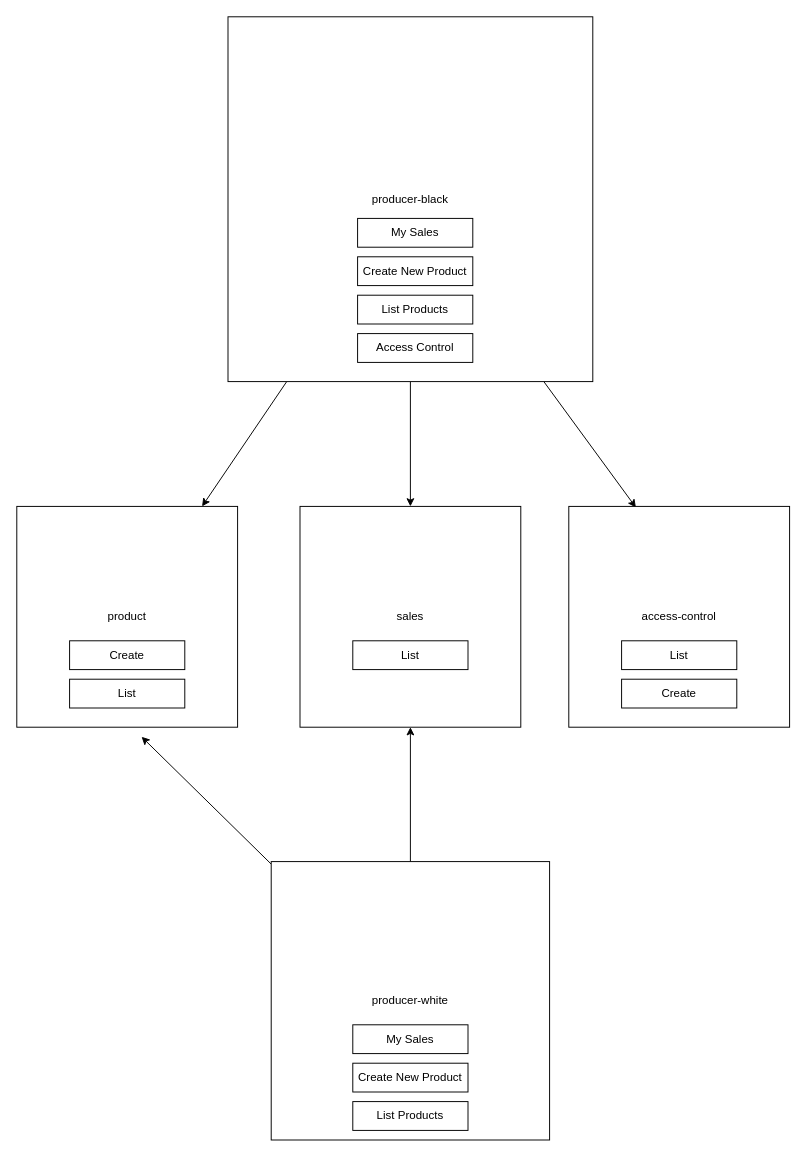
The draw.io diagram archicteture.drawio in JonathasRodrigues/module-federation-poc, before the edit. Source tidied: cells renumbered, new cells numbered last; positions are measured from the earlier drawing's top-left corner, leaving out a move shared by most shapes. Both pictures are drawn from the tidied source at 96%, with x=0, y=0 at pixel (16, 16).
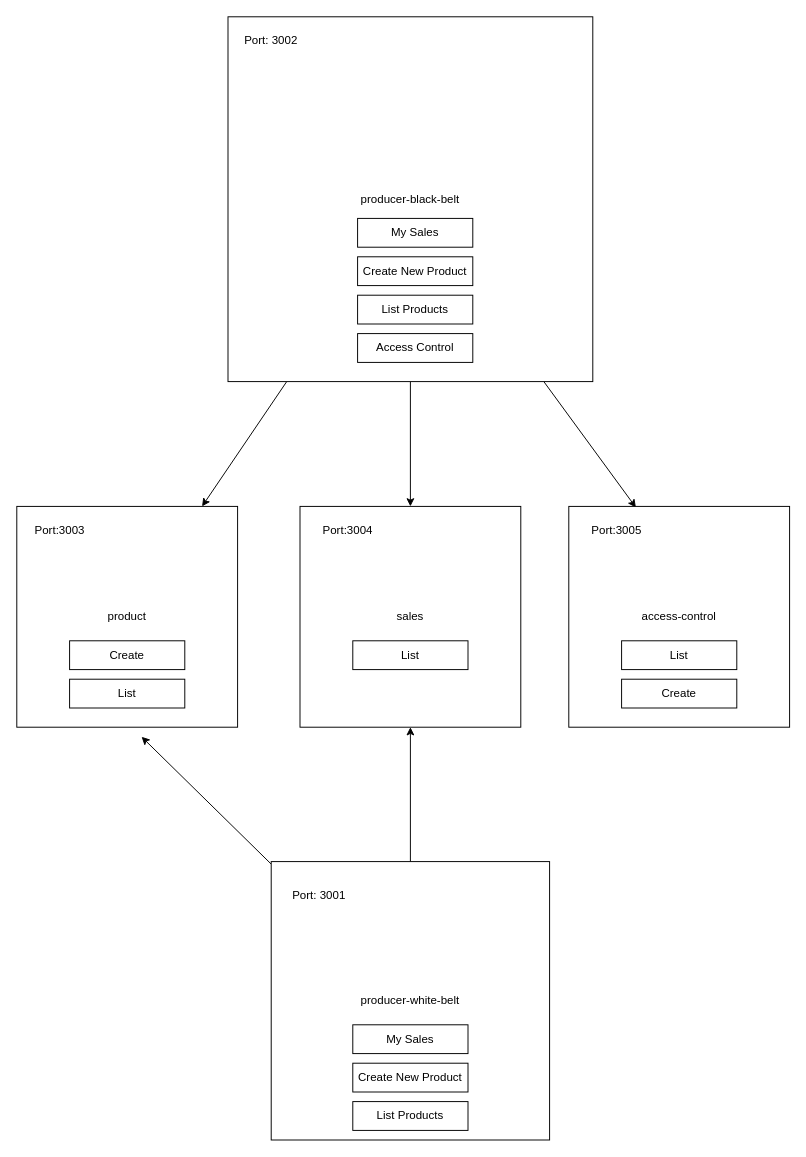
Above is the later version.

The edit, as a diff of the source:
```diff
@@
-    <mxCell id="7" value="producer-black" style="whiteSpace=wrap;html=1;" parent="1" vertex="1">
+    <mxCell id="7" value="producer-black-belt" style="whiteSpace=wrap;html=1;" parent="1" vertex="1">
       <mxGeometry x="220" width="380" height="380" as="geometry" />
     </mxCell>
@@
-    <mxCell id="11" value="producer-white&lt;br&gt;" style="whiteSpace=wrap;html=1;" parent="1" vertex="1">
+    <mxCell id="11" value="producer-white-belt" style="whiteSpace=wrap;html=1;" parent="1" vertex="1">
       <mxGeometry x="265" y="880" width="290" height="290" as="geometry" />
     </mxCell>
@@
+    <mxCell id="24" value="Port: 3002" style="text;html=1;strokeColor=none;fillColor=none;align=center;verticalAlign=middle;whiteSpace=wrap;rounded=0;" parent="1" vertex="1">
+      <mxGeometry x="235" y="10" width="60" height="30" as="geometry" />
+    </mxCell>
+    <mxCell id="25" value="Port: 3001" style="text;html=1;strokeColor=none;fillColor=none;align=center;verticalAlign=middle;whiteSpace=wrap;rounded=0;" parent="1" vertex="1">
+      <mxGeometry x="285" y="900" width="60" height="30" as="geometry" />
+    </mxCell>
+    <mxCell id="26" value="Port:3003" style="text;html=1;strokeColor=none;fillColor=none;align=center;verticalAlign=middle;whiteSpace=wrap;rounded=0;" parent="1" vertex="1">
+      <mxGeometry x="15" y="520" width="60" height="30" as="geometry" />
+    </mxCell>
+    <mxCell id="27" value="Port:3004" style="text;html=1;strokeColor=none;fillColor=none;align=center;verticalAlign=middle;whiteSpace=wrap;rounded=0;" parent="1" vertex="1">
+      <mxGeometry x="315" y="520" width="60" height="30" as="geometry" />
+    </mxCell>
+    <mxCell id="28" value="Port:3005" style="text;html=1;strokeColor=none;fillColor=none;align=center;verticalAlign=middle;whiteSpace=wrap;rounded=0;" parent="1" vertex="1">
+      <mxGeometry x="595" y="520" width="60" height="30" as="geometry" />
+    </mxCell>
```
